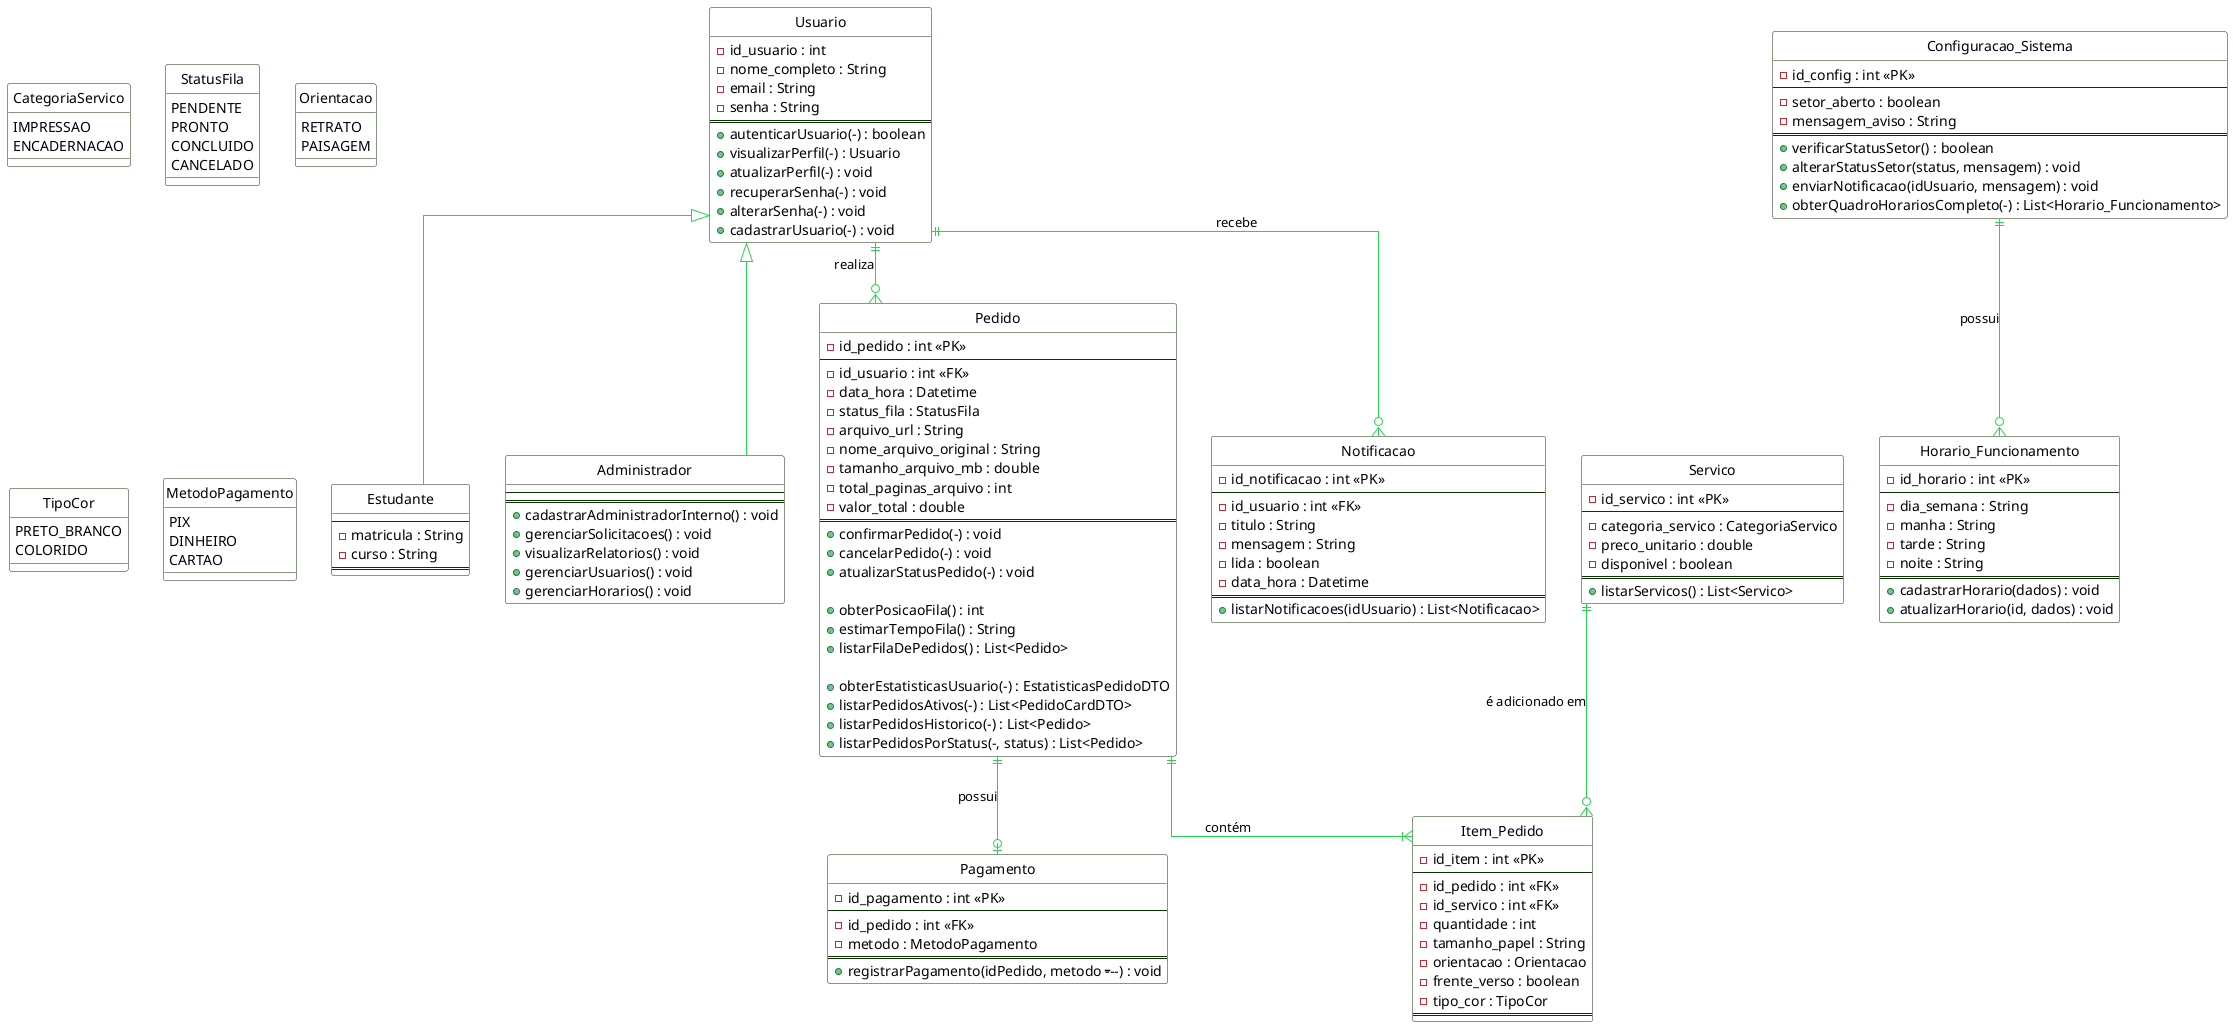
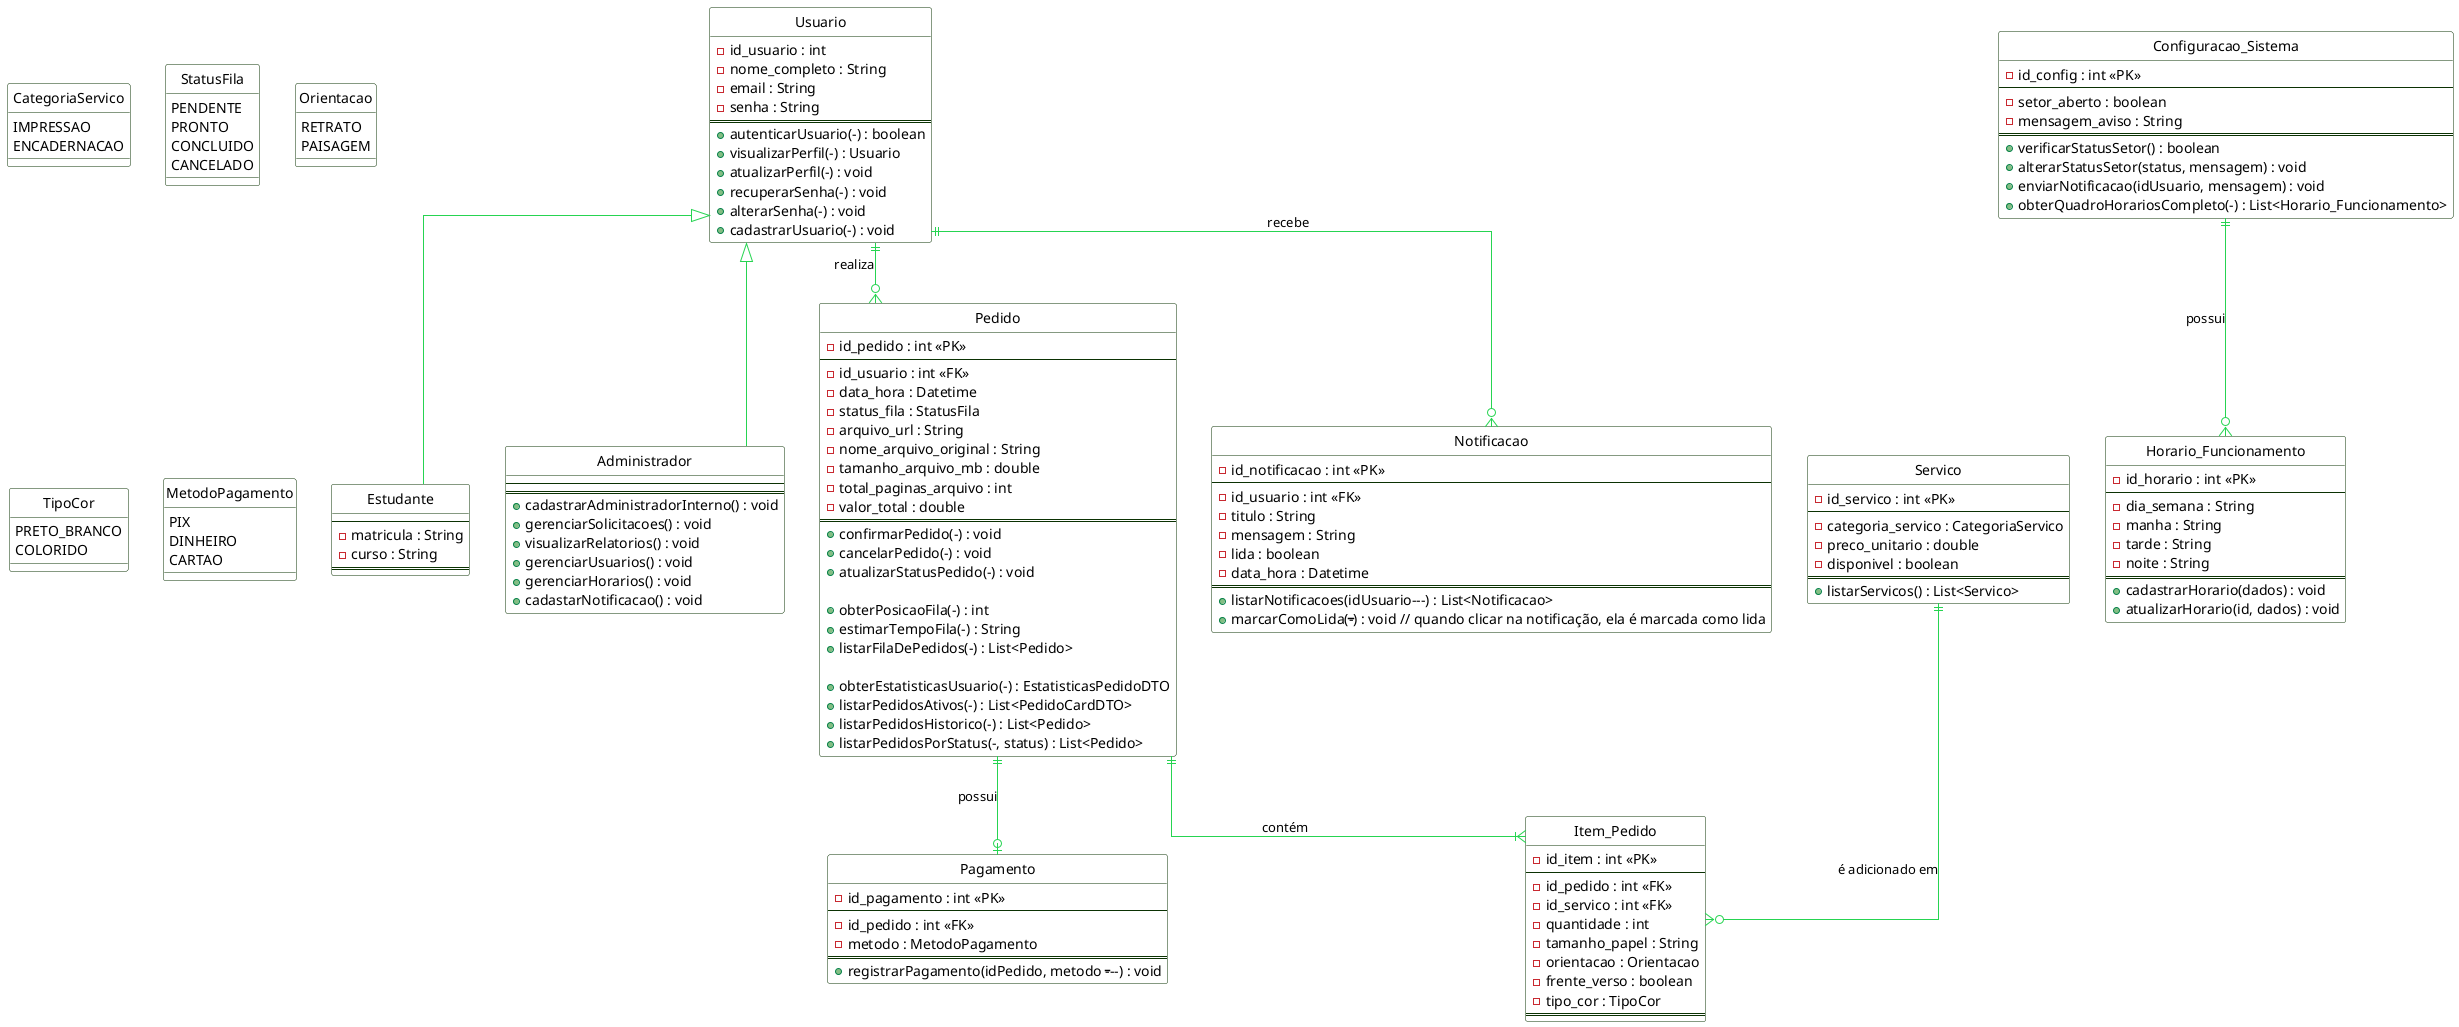
@startuml diagram
' Configurações visuais para deixar o diagrama mais limpo e profissional
hide circle
skinparam linetype ortho
skinparam shadowing false
skinparam class {
    BackgroundColor White
    ArrowColor #26d451
    BorderColor #0b3203
}

' --- Definição dos ENUMS ---
enum CategoriaServico {
  IMPRESSAO
  ENCADERNACAO
}

enum StatusFila {
  PENDENTE
  PRONTO
  CONCLUIDO
  CANCELADO
}

enum Orientacao {
  RETRATO
  PAISAGEM
}

enum TipoCor {
  PRETO_BRANCO
  COLORIDO
}

enum MetodoPagamento {
  PIX
  DINHEIRO
  CARTAO
}

' --- Definição das Classes (Tabelas + Métodos) ---

class "Usuario" as usuario {
  - id_usuario : int
  - nome_completo : String
  - email : String
  - senha : String
  ==
  + autenticarUsuario(-) : boolean
  + visualizarPerfil(-) : Usuario
  + atualizarPerfil(-) : void
  + recuperarSenha(-) : void
  + alterarSenha(-) : void
  + cadastrarUsuario(-) : void
}

class "Estudante" as estudante {
  --
  - matricula : String
  - curso : String
  ==
}

class "Administrador" as admin {
  --
  ==
  + cadastrarAdministradorInterno() : void
  + gerenciarSolicitacoes() : void
  + visualizarRelatorios() : void
  + gerenciarUsuarios() : void
  + gerenciarHorarios() : void
+   + cadastarNotificacao() : void
}

class "Servico" as servico {
  - id_servico : int <<PK>>
  --
  - categoria_servico : CategoriaServico
  - preco_unitario : double
  - disponivel : boolean
  ==
  + listarServicos() : List<Servico>
}

class "Pedido" as pedido {
  - id_pedido : int <<PK>>
  --
  - id_usuario : int <<FK>>
  - data_hora : Datetime
  - status_fila : StatusFila
  - arquivo_url : String
  - nome_arquivo_original : String
  - tamanho_arquivo_mb : double
  - total_paginas_arquivo : int
  - valor_total : double
  ==
  + confirmarPedido(-) : void
  + cancelarPedido(-) : void
  + atualizarStatusPedido(-) : void

-   + obterPosicaoFila() : int
-   + estimarTempoFila() : String
-   + listarFilaDePedidos() : List<Pedido>
+   + obterPosicaoFila(-) : int
+   + estimarTempoFila(-) : String
+   + listarFilaDePedidos(-) : List<Pedido>

  + obterEstatisticasUsuario(-) : EstatisticasPedidoDTO
  + listarPedidosAtivos(-) : List<PedidoCardDTO>
  + listarPedidosHistorico(-) : List<Pedido>
  + listarPedidosPorStatus(-, status) : List<Pedido>
}

class "Item_Pedido" as item_pedido {
  - id_item : int <<PK>>
  --
  - id_pedido : int <<FK>>
  - id_servico : int <<FK>>
  - quantidade : int
  - tamanho_papel : String
  - orientacao : Orientacao
  - frente_verso : boolean
  - tipo_cor : TipoCor
  ==
}

class "Pagamento" as pagamento {
  - id_pagamento : int <<PK>>
  --
  - id_pedido : int <<FK>>
  - metodo : MetodoPagamento
  ==
  + registrarPagamento(idPedido, metodo -------) : void
}

class "Notificacao" as notificacao {
  - id_notificacao : int <<PK>>
  --
  - id_usuario : int <<FK>>
  - titulo : String
  - mensagem : String
  - lida : boolean
  - data_hora : Datetime
  ==
-   + listarNotificacoes(idUsuario) : List<Notificacao>
+   + listarNotificacoes(idUsuario---) : List<Notificacao>
+   + marcarComoLida(-----) : void // quando clicar na notificação, ela é marcada como lida
}

class "Horario_Funcionamento" as horario {
  - id_horario : int <<PK>>
  --
  - dia_semana : String
  - manha : String
  - tarde : String
  - noite : String
  ==
  + cadastrarHorario(dados) : void
  + atualizarHorario(id, dados) : void
}

class "Configuracao_Sistema" as config {
  - id_config : int <<PK>>
  --
  - setor_aberto : boolean
  - mensagem_aviso : String
  ==
  + verificarStatusSetor() : boolean
  + alterarStatusSetor(status, mensagem) : void
  + enviarNotificacao(idUsuario, mensagem) : void
  + obterQuadroHorariosCompleto(-) : List<Horario_Funcionamento>
}

' --- Definição dos Relacionamentos ---

usuario <|-- estudante
usuario <|-- admin

usuario ||--o{ pedido : "realiza"
usuario ||--o{ notificacao : "recebe"
pedido ||--|{ item_pedido : "contém"
servico ||--o{ item_pedido : "é adicionado em"
pedido ||--o| pagamento : "possui"
config ||--o{ horario : "possui"

@enduml